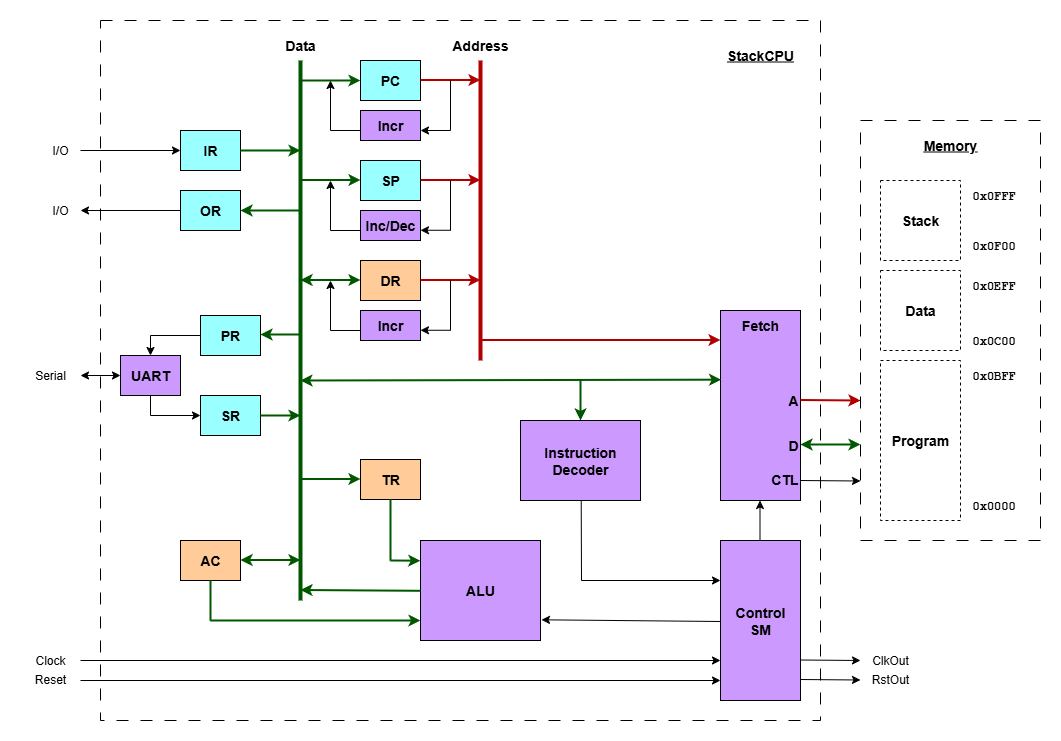
Above: docs/StackCPU-Architecture.png in dervish77/StackCPU (draw.io), before the change. Source tidied: cells renumbered, new cells last; positions are measured from the earlier drawing's top-left corner, leaving out a move shared by most shapes.
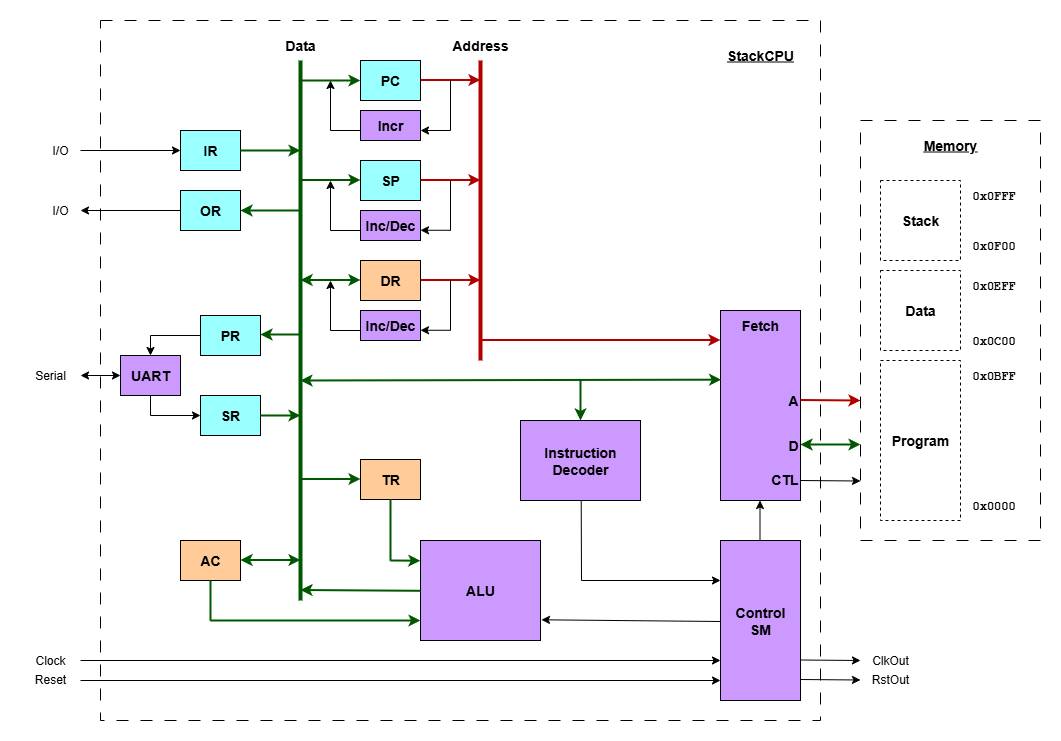
The same file after the commit.

Commit message:
added 'inc/dec' block to DR register on arch diagram

What changed in the source:
```diff
@@ -346,7 +346,7 @@
     <mxCell id="81" value="&lt;font style=&quot;font-size: 14px;&quot;&gt;&lt;b&gt;Incr&lt;/b&gt;&lt;/font&gt;" style="rounded=0;whiteSpace=wrap;html=1;fillColor=#CC99FF;" parent="1" vertex="1">
       <mxGeometry x="340" y="90" width="60" height="30" as="geometry" />
     </mxCell>
-    <mxCell id="82" value="&lt;font style=&quot;font-size: 14px;&quot;&gt;&lt;b&gt;Incr&lt;/b&gt;&lt;/font&gt;" style="rounded=0;whiteSpace=wrap;html=1;fillColor=#CC99FF;" parent="1" vertex="1">
+    <mxCell id="82" value="&lt;font style=&quot;font-size: 14px;&quot;&gt;&lt;b&gt;Inc/Dec&lt;/b&gt;&lt;/font&gt;" style="rounded=0;whiteSpace=wrap;html=1;fillColor=#CC99FF;" parent="1" vertex="1">
       <mxGeometry x="340" y="290" width="60" height="30" as="geometry" />
     </mxCell>
     <mxCell id="83" style="endArrow=none;html=1;rounded=0;" parent="1" edge="1">
```
